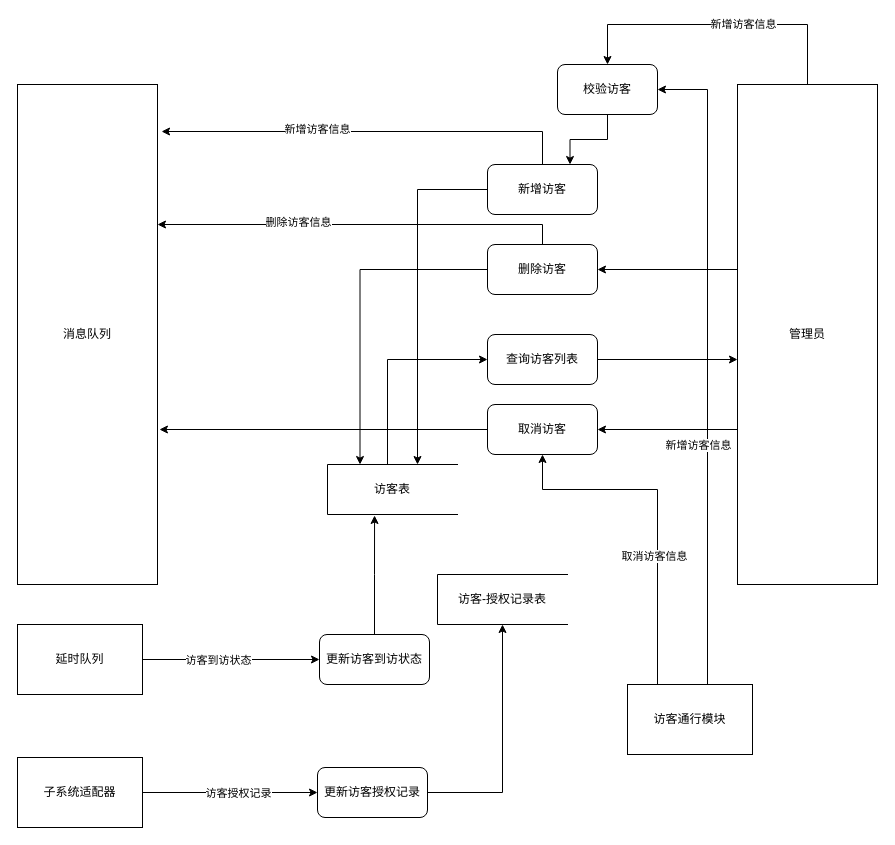
Above: 访客管理.drawio in Alger-g/diagrams (draw.io), before the change. Source tidied: cells renumbered, new cells numbered last; positions are measured from the earlier drawing's top-left corner, leaving out a move shared by most shapes. Both pictures are drawn from the tidied source at 100%, with x=0, y=0 at pixel (17, 24).
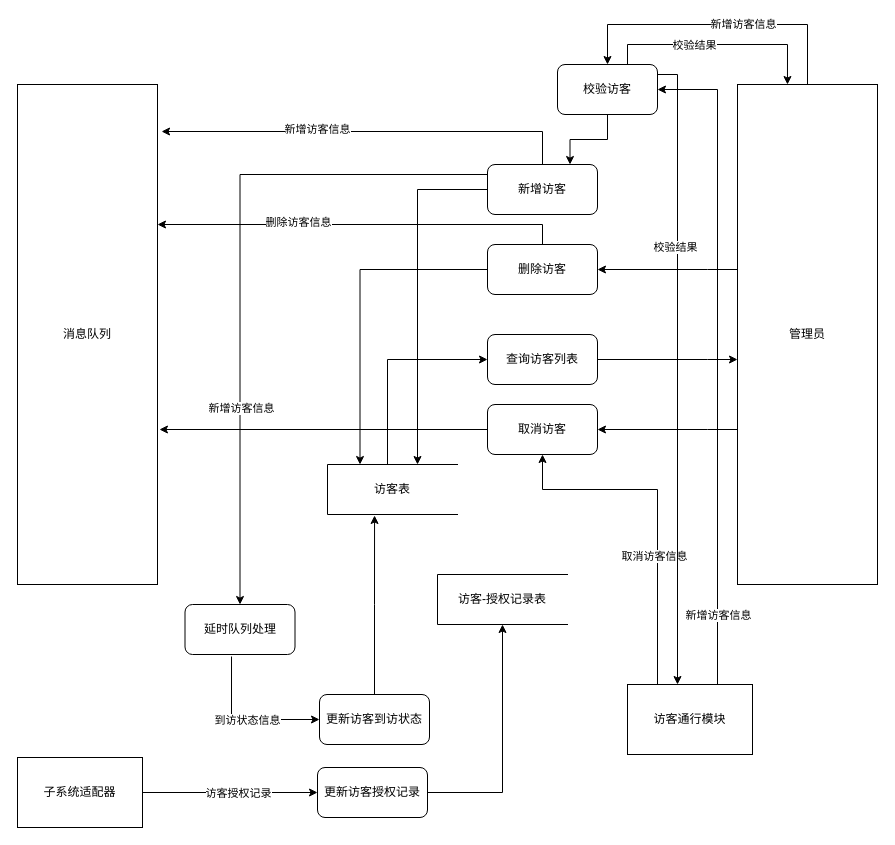
Above is the later version.

Commit message:
更新访客管理.drawio

Unchanged cells that the change refers to:
```xml
<mxCell id="9" value="管理员" style="rounded=0;whiteSpace=wrap;html=1;" parent="1" vertex="1">
  <mxGeometry x="720" y="60" width="140" height="500" as="geometry" />
</mxCell>
<mxCell id="13" value="新增访客" style="rounded=1;whiteSpace=wrap;html=1;" parent="1" vertex="1">
  <mxGeometry x="470" y="140" width="110" height="50" as="geometry" />
</mxCell>
<mxCell id="29" value="访客通行模块" style="rounded=0;whiteSpace=wrap;html=1;" parent="1" vertex="1">
  <mxGeometry x="610" y="660" width="125" height="70" as="geometry" />
</mxCell>
<mxCell id="31" value="校验访客" style="rounded=1;whiteSpace=wrap;html=1;" parent="1" vertex="1">
  <mxGeometry x="540" y="40" width="100" height="50" as="geometry" />
</mxCell>
```

Change to the diagram source:
```diff
@@
+    <mxCell id="40" style="edgeStyle=orthogonalEdgeStyle;rounded=0;jettySize=auto;html=1;entryX=0.5;entryY=0;entryDx=0;entryDy=0;" parent="1" edge="1" source="13" target="48">
+      <mxGeometry relative="1" as="geometry">
+        <Array as="points">
+          <mxPoint x="223" y="150" />
+        </Array>
+      </mxGeometry>
+    </mxCell>
+    <mxCell id="41" value="新增访客信息" style="edgeLabel;html=1;align=center;verticalAlign=middle;" parent="40" vertex="1">
+      <mxGeometry x="0.42" y="1" relative="1" as="geometry" />
+    </mxCell>
@@
     <mxCell id="25" style="edgeStyle=orthogonalEdgeStyle;rounded=0;jettySize=auto;html=1;entryX=1;entryY=0.5;entryDx=0;entryDy=0;" parent="1" edge="1" source="29" target="31">
       <mxGeometry relative="1" as="geometry">
         <Array as="points">
-          <mxPoint x="690" y="65" />
+          <mxPoint x="700" y="65" />
         </Array>
       </mxGeometry>
     </mxCell>
     <mxCell id="26" value="新增访客信息" style="edgeLabel;html=1;align=center;verticalAlign=middle;" parent="25" vertex="1">
       <mxGeometry x="-0.26" relative="1" as="geometry">
-        <mxPoint x="-10" y="-1" as="offset" />
+        <mxPoint y="172" as="offset" />
       </mxGeometry>
     </mxCell>
@@
+    <mxCell id="42" style="edgeStyle=orthogonalEdgeStyle;rounded=0;jettySize=auto;html=1;" parent="1" edge="1" source="31" target="29">
+      <mxGeometry relative="1" as="geometry">
+        <Array as="points">
+          <mxPoint x="660" y="50" />
+        </Array>
+      </mxGeometry>
+    </mxCell>
+    <mxCell id="43" value="校验结果" style="edgeLabel;html=1;align=center;verticalAlign=middle;" parent="42" vertex="1">
+      <mxGeometry x="-0.39" y="-2" relative="1" as="geometry">
+        <mxPoint x="-1" as="offset" />
+      </mxGeometry>
+    </mxCell>
@@
-    <mxCell id="33" style="edgeStyle=orthogonalEdgeStyle;rounded=0;jettySize=auto;html=1;" parent="1" edge="1" source="35" target="38">
-      <mxGeometry relative="1" as="geometry" />
-    </mxCell>
-    <mxCell id="34" value="访客到访状态" style="edgeLabel;html=1;align=center;verticalAlign=middle;" parent="33" vertex="1">
-      <mxGeometry x="-0.49" y="-3" relative="1" as="geometry">
-        <mxPoint x="30" y="-3" as="offset" />
-      </mxGeometry>
-    </mxCell>
-    <mxCell id="35" value="延时队列" style="rounded=0;whiteSpace=wrap;html=1;" parent="1" vertex="1">
-      <mxGeometry y="600" width="125" height="70" as="geometry" />
-    </mxCell>
@@
     <mxCell id="38" value="更新访客到访状态" style="rounded=1;whiteSpace=wrap;html=1;" parent="1" vertex="1">
-      <mxGeometry x="302" y="610" width="110" height="50" as="geometry" />
+      <mxGeometry x="302" y="670" width="110" height="50" as="geometry" />
     </mxCell>
@@
+    <mxCell id="44" style="edgeStyle=orthogonalEdgeStyle;rounded=0;jettySize=auto;html=1;entryX=0.357;entryY=0;entryDx=0;entryDy=0;entryPerimeter=0;" parent="1" edge="1" source="31" target="9">
+      <mxGeometry relative="1" as="geometry">
+        <Array as="points">
+          <mxPoint x="610" y="20" />
+          <mxPoint x="770" y="20" />
+        </Array>
+      </mxGeometry>
+    </mxCell>
+    <mxCell id="45" value="校验结果" style="edgeLabel;html=1;align=center;verticalAlign=middle;" parent="44" vertex="1">
+      <mxGeometry x="-0.22" relative="1" as="geometry" />
+    </mxCell>
+    <mxCell id="46" style="edgeStyle=orthogonalEdgeStyle;rounded=0;jettySize=auto;html=1;entryX=0;entryY=0.5;entryDx=0;entryDy=0;exitX=0.423;exitY=1.04;exitDx=0;exitDy=0;exitPerimeter=0;" parent="1" edge="1" source="48" target="38">
+      <mxGeometry relative="1" as="geometry">
+        <Array as="points">
+          <mxPoint x="214" y="695" />
+        </Array>
+      </mxGeometry>
+    </mxCell>
+    <mxCell id="47" value="到访状态信息" style="edgeLabel;html=1;align=center;verticalAlign=middle;" parent="46" vertex="1">
+      <mxGeometry x="-0.08" y="-3" relative="1" as="geometry">
+        <mxPoint x="10" y="-3" as="offset" />
+      </mxGeometry>
+    </mxCell>
+    <mxCell id="48" value="延时队列处理" style="rounded=1;whiteSpace=wrap;html=1;" parent="1" vertex="1">
+      <mxGeometry x="167.5" y="580" width="110" height="50" as="geometry" />
+    </mxCell>
```
